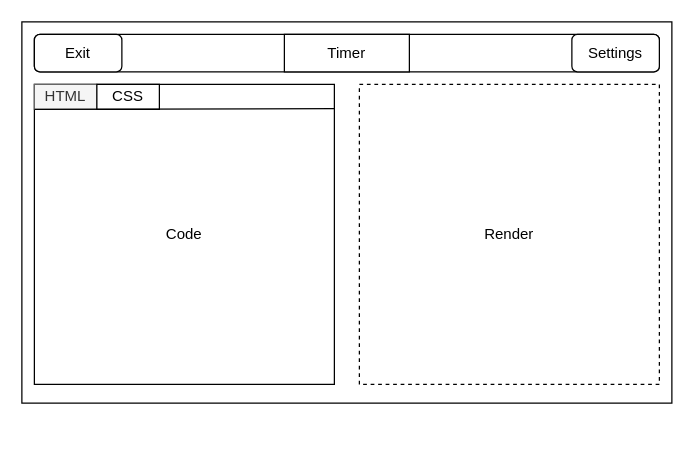
cse110-sp26-group23/cse110-sp26-group23 keeps this draw.io diagram as docs/wireframes/game_screen.drawio. Above is the earlier version. Source tidied: cells renumbered, new cells numbered last; positions are measured from the earlier drawing's top-left corner, leaving out a move shared by most shapes. Both pictures are drawn from the tidied source at 125%, with x=0, y=0 at pixel (21, 21).
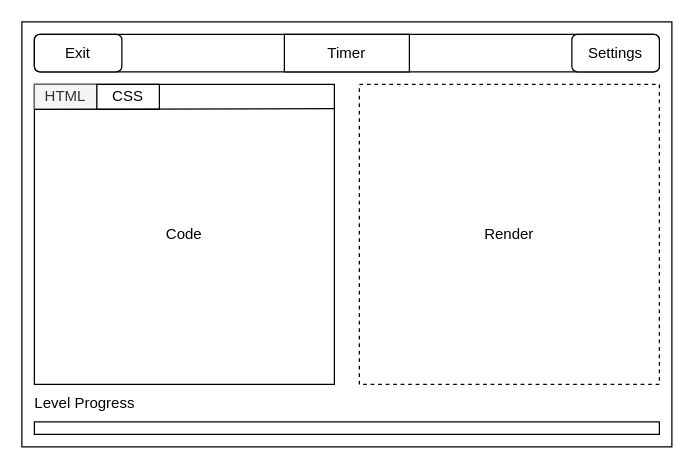
Above is the later version.

Commit message (it also covers changes not shown here):
feat(game): add level progress bar layout and styles

Diff of the diagram source:
```diff
@@
 <mxGraphModel>
   <root>
     <mxCell id="0" />
     <mxCell id="1" parent="0" />
     <mxCell id="2" style="rounded=1;whiteSpace=wrap;html=1;" parent="1" vertex="1">
       <mxGeometry x="10" y="10" width="500" height="30" as="geometry" />
     </mxCell>
     <mxCell id="3" value="Exit" style="rounded=1;whiteSpace=wrap;html=1;" parent="1" vertex="1">
       <mxGeometry x="10" y="10" width="70" height="30" as="geometry" />
     </mxCell>
     <mxCell id="4" value="Settings" style="rounded=1;whiteSpace=wrap;html=1;" parent="1" vertex="1">
       <mxGeometry x="440" y="10" width="70" height="30" as="geometry" />
     </mxCell>
     <mxCell id="5" value="Timer" style="rounded=0;whiteSpace=wrap;html=1;" parent="1" vertex="1">
       <mxGeometry x="210" y="10" width="100" height="30" as="geometry" />
     </mxCell>
     <mxCell id="6" value="Code" style="whiteSpace=wrap;html=1;" parent="1" vertex="1">
       <mxGeometry x="10" y="50" width="240" height="240" as="geometry" />
     </mxCell>
     <mxCell id="7" value="&lt;div style=&quot;&quot;&gt;Render&lt;/div&gt;" style="whiteSpace=wrap;html=1;align=center;dashed=1;" parent="1" vertex="1">
       <mxGeometry x="270" y="50" width="240" height="240" as="geometry" />
     </mxCell>
     <mxCell id="8" style="rounded=0;whiteSpace=wrap;html=1;fillColor=none;" parent="1" vertex="1">
-      <mxGeometry width="520" height="305" as="geometry" />
+      <mxGeometry width="520" height="340" as="geometry" />
     </mxCell>
     <mxCell id="9" value="HTML" style="rounded=0;whiteSpace=wrap;html=1;fillColor=#f5f5f5;fontColor=#333333;strokeColor=#666666;" parent="1" vertex="1">
       <mxGeometry x="10" y="50" width="50" height="20" as="geometry" />
     </mxCell>
     <mxCell id="10" value="CSS" style="rounded=0;whiteSpace=wrap;html=1;" parent="1" vertex="1">
       <mxGeometry x="60" y="50" width="50" height="20" as="geometry" />
     </mxCell>
     <mxCell id="11" style="endArrow=none;html=1;entryX=0;entryY=1;entryDx=0;entryDy=0;exitX=1;exitY=0.081;exitDx=0;exitDy=0;exitPerimeter=0;" parent="1" edge="1" source="6" target="9">
       <mxGeometry relative="1" as="geometry" />
     </mxCell>
+    <mxCell id="12" style="rounded=0;whiteSpace=wrap;html=1;" parent="1" vertex="1">
+      <mxGeometry x="10" y="320" width="500" height="10" as="geometry" />
+    </mxCell>
+    <mxCell id="13" value="Level Progress" style="text;html=1;align=center;verticalAlign=middle;strokeColor=none;fillColor=none;" parent="1" vertex="1">
+      <mxGeometry y="290" width="100" height="30" as="geometry" />
+    </mxCell>
   </root>
 </mxGraphModel>
```
